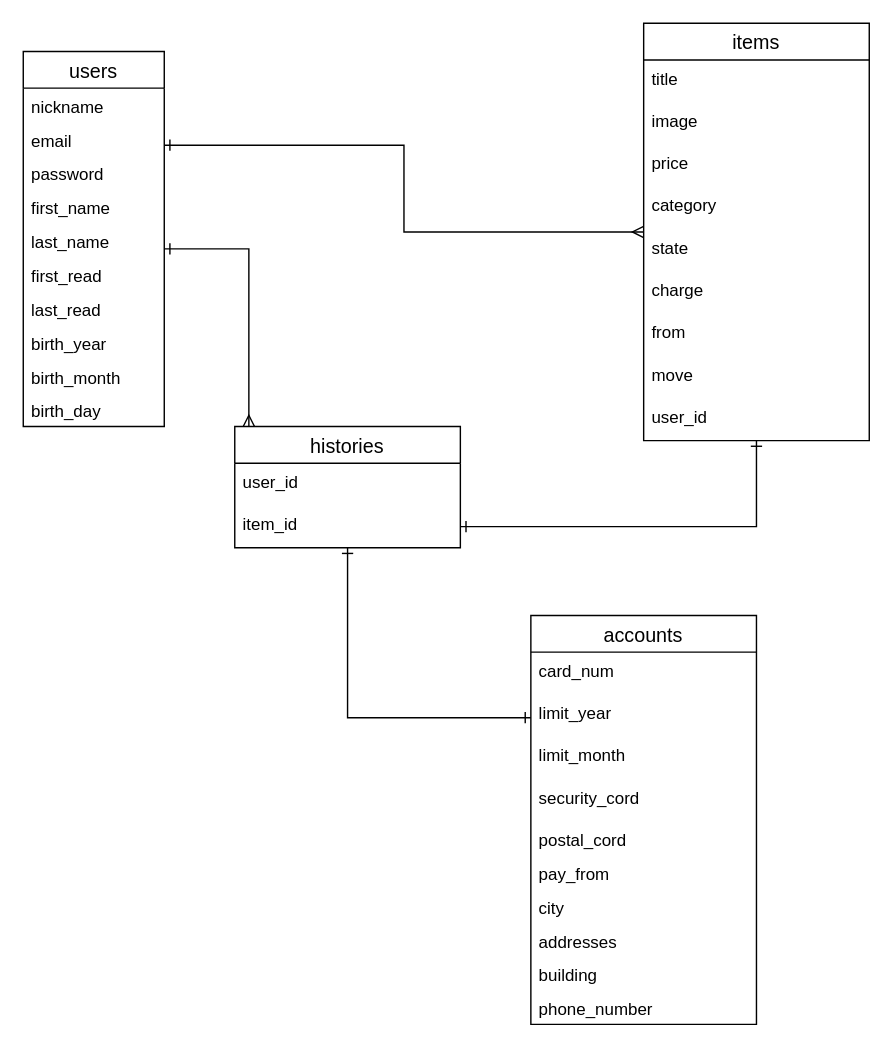
kawabegenki/furima-35218 keeps this draw.io diagram as furima.dio. Above is the earlier version. Source tidied: cells renumbered, new cells numbered last; positions are measured from the earlier drawing's top-left corner, leaving out a move shared by most shapes. Both pictures are drawn from the tidied source at 141%, with x=0, y=0 at pixel (23, 23).
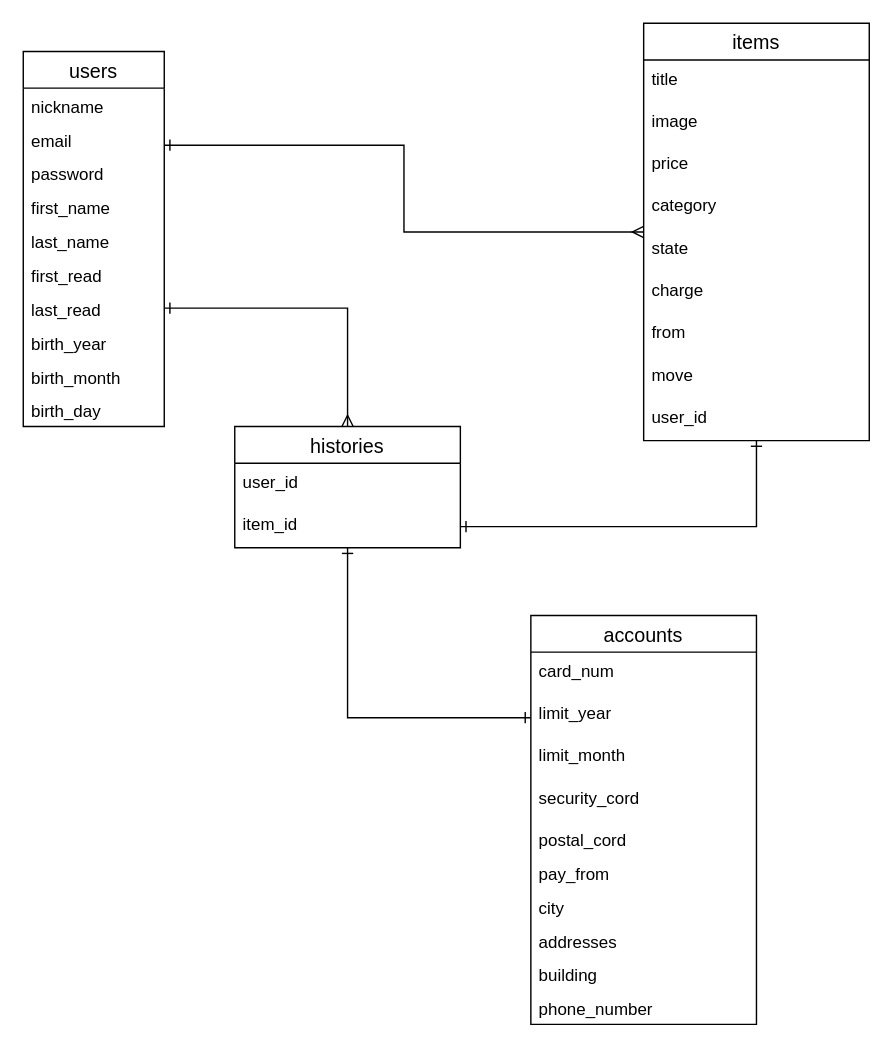
The same page after the edit.

Commit message (it also covers changes not shown here):
issue5まで改訂

Unchanged cells that the change refers to:
```xml
<mxCell id="3" value="users" style="swimlane;fontStyle=0;horizontal=1;startSize=26;align=center;fontSize=14;" parent="1" vertex="1">
  <mxGeometry y="20" width="100" height="266" as="geometry" />
</mxCell>
<mxCell id="10" value="last_read" style="text;strokeColor=none;fillColor=none;spacingLeft=4;spacingRight=4;overflow=hidden;points=[[0,0.5],[1,0.5]];portConstraint=eastwest;fontSize=12;" parent="3" vertex="1">
  <mxGeometry y="170" width="100" height="24" as="geometry" />
</mxCell>
<mxCell id="24" value="histories" style="swimlane;fontStyle=0;horizontal=1;startSize=26;align=center;fontSize=14;" parent="1" vertex="1">
  <mxGeometry x="150" y="286" width="160" height="86" as="geometry" />
</mxCell>
```

Diff of the diagram source:
```diff
@@
-    <mxCell id="27" style="edgeStyle=orthogonalEdgeStyle;rounded=0;jettySize=auto;html=1;endArrow=ERmany;endFill=0;startArrow=ERone;startFill=0;" parent="1" edge="1" source="3" target="24">
-      <mxGeometry relative="1" as="geometry">
-        <Array as="points">
-          <mxPoint x="41" y="160" />
-          <mxPoint x="160" y="160" />
-        </Array>
-      </mxGeometry>
-    </mxCell>
@@
+    <mxCell id="41" style="edgeStyle=orthogonalEdgeStyle;rounded=0;jettySize=auto;html=1;exitX=1;exitY=0.5;exitDx=0;exitDy=0;entryX=0.5;entryY=0;entryDx=0;entryDy=0;startArrow=ERone;startFill=0;endArrow=ERmany;endFill=0;fontColor=#f0f0f0;" parent="1" edge="1" source="10" target="24">
+      <mxGeometry relative="1" as="geometry" />
+    </mxCell>
```
